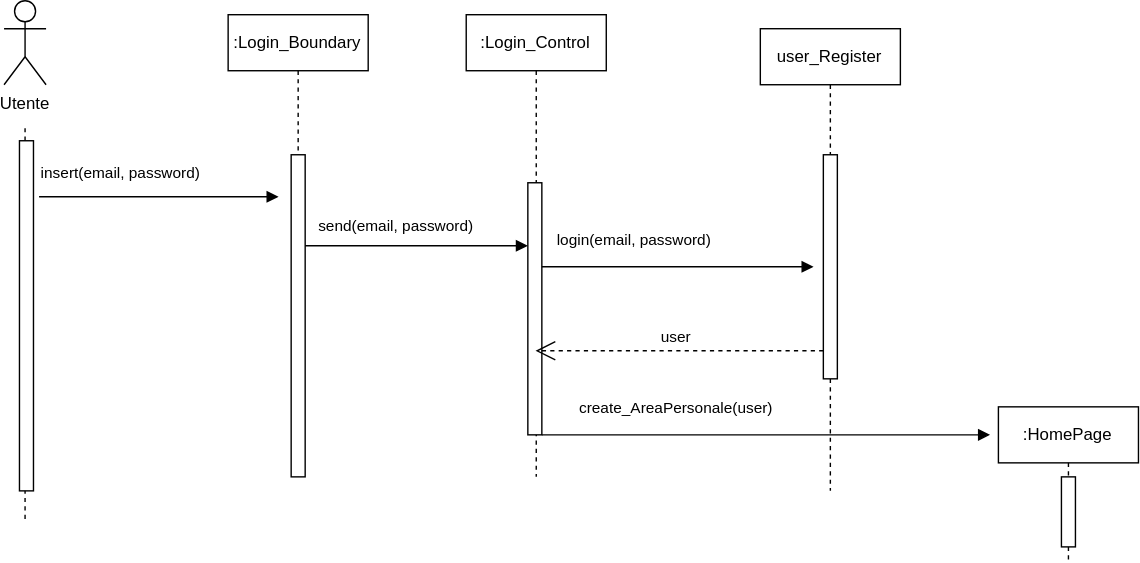
This is document temp/Sequence Diagrams/SD_AutenticazioneUtente.svg from dop654/CinePlex, a draw.io export, as it was before one commit. Source tidied: cells renumbered, new cells last; positions are measured from the earlier drawing's top-left corner, leaving out a move shared by most shapes.
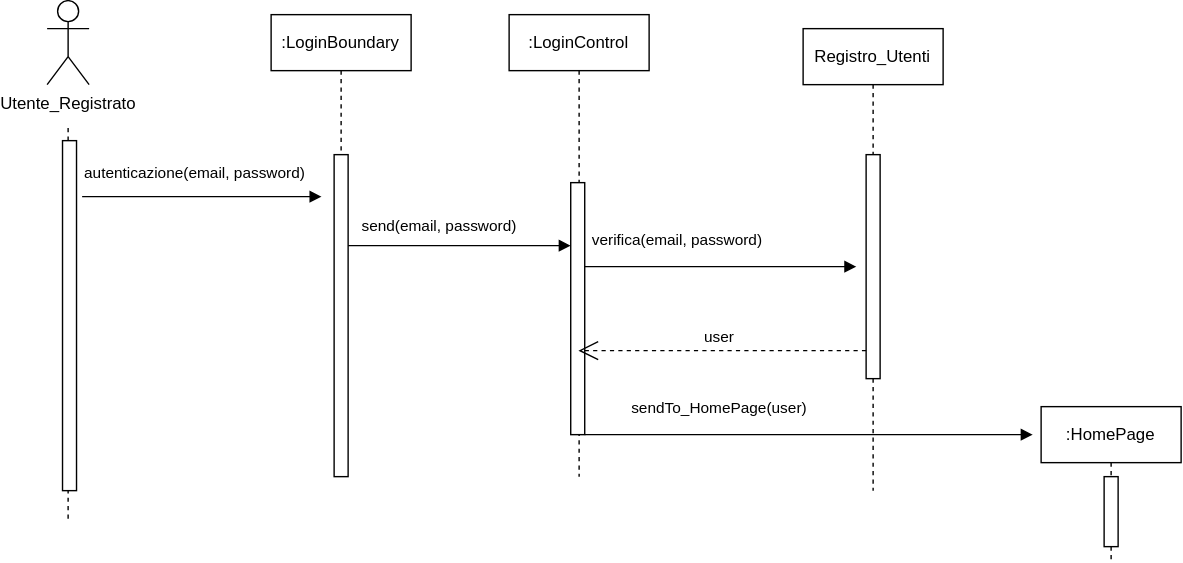
After the commit.

Change to the diagram source:
```diff
@@ -2,31 +2,31 @@
   <root>
     <mxCell id="0" />
     <mxCell id="1" parent="0" />
-    <mxCell id="2" value="Utente" style="shape=umlActor;verticalLabelPosition=bottom;verticalAlign=top;html=1;labelPerimeter=1;" parent="1" vertex="1">
-      <mxGeometry x="0.4" width="30" height="60" as="geometry" />
-    </mxCell>
-    <mxCell id="3" style="line;strokeWidth=1;fillColor=none;align=left;verticalAlign=middle;spacingTop=-1;spacingLeft=3;spacingRight=3;labelPosition=right;strokeColor=inherit;labelPerimeter=1;flipV=1;legacyAnchorPoints=0;direction=south;dashed=1;" parent="1" vertex="1">
-      <mxGeometry x="11.4" y="90" width="8" height="280" as="geometry" />
-    </mxCell>
-    <mxCell id="4" style="html=1;perimeter=orthogonalPerimeter;targetShapes=umlLifeline;newEdgeStyle={&quot;edgeStyle&quot;:&quot;sequenceEdgeStyle&quot;,&quot;libavoidRouting&quot;:0,&quot;curved&quot;:0,&quot;rounded&quot;:0};" parent="1" vertex="1">
-      <mxGeometry x="11.4" y="100" width="10" height="250" as="geometry" />
-    </mxCell>
-    <mxCell id="5" value=":Login_Boundary" style="shape=umlLifeline;perimeter=lifelinePerimeter;whiteSpace=wrap;html=1;newEdgeStyle={&quot;edgeStyle&quot;:&quot;sequenceEdgeStyle&quot;,&quot;libavoidRouting&quot;:0,&quot;curved&quot;:0,&quot;rounded&quot;:0};" parent="1" vertex="1">
-      <mxGeometry x="160.4" y="10" width="100" height="330" as="geometry" />
-    </mxCell>
+    <mxCell id="18" value="Utente_Registrato" style="shape=umlActor;verticalLabelPosition=bottom;verticalAlign=top;html=1;labelPerimeter=1;" parent="1" vertex="1">
+      <mxGeometry x="0.4" width="30" height="60" as="geometry" />
+    </mxCell>
+    <mxCell id="19" style="line;strokeWidth=1;fillColor=none;align=left;verticalAlign=middle;spacingTop=-1;spacingLeft=3;spacingRight=3;labelPosition=right;strokeColor=inherit;labelPerimeter=1;flipV=1;legacyAnchorPoints=0;direction=south;dashed=1;" parent="1" vertex="1">
+      <mxGeometry x="11.4" y="90" width="8" height="280" as="geometry" />
+    </mxCell>
+    <mxCell id="20" style="html=1;perimeter=orthogonalPerimeter;targetShapes=umlLifeline;newEdgeStyle={&quot;edgeStyle&quot;:&quot;sequenceEdgeStyle&quot;,&quot;libavoidRouting&quot;:0,&quot;curved&quot;:0,&quot;rounded&quot;:0};" parent="1" vertex="1">
+      <mxGeometry x="11.4" y="100" width="10" height="250" as="geometry" />
+    </mxCell>
+    <mxCell id="21" value=":LoginBoundary" style="shape=umlLifeline;perimeter=lifelinePerimeter;whiteSpace=wrap;html=1;newEdgeStyle={&quot;edgeStyle&quot;:&quot;sequenceEdgeStyle&quot;,&quot;libavoidRouting&quot;:0,&quot;curved&quot;:0,&quot;rounded&quot;:0};" parent="1" vertex="1">
+      <mxGeometry x="160.4" y="10" width="100" height="330" as="geometry" />
+    </mxCell>
-    <mxCell id="6" style="html=1;perimeter=orthogonalPerimeter;targetShapes=umlLifeline;newEdgeStyle={&quot;edgeStyle&quot;:&quot;sequenceEdgeStyle&quot;,&quot;libavoidRouting&quot;:0,&quot;curved&quot;:0,&quot;rounded&quot;:0};" parent="5" vertex="1">
+    <mxCell id="6" style="html=1;perimeter=orthogonalPerimeter;targetShapes=umlLifeline;newEdgeStyle={&quot;edgeStyle&quot;:&quot;sequenceEdgeStyle&quot;,&quot;libavoidRouting&quot;:0,&quot;curved&quot;:0,&quot;rounded&quot;:0};" parent="21" vertex="1">
       <mxGeometry x="45" y="100" width="10" height="230" as="geometry" />
     </mxCell>
-    <mxCell id="7" value="insert(email, &lt;span style=&quot;background-color: transparent; color: light-dark(#000000, var(--ge-light-color, #ffffff));&quot;&gt;password)&lt;/span&gt;" style="endArrow=block;endFill=1;html=1;edgeStyle=orthogonalEdgeStyle;align=left;verticalAlign=top;rounded=0;defaultLabelBackgroundColor=page;" parent="1" edge="1">
-      <mxGeometry x="-1" y="30" relative="1" as="geometry">
-        <mxPoint x="25.4" y="140" as="sourcePoint" />
-        <mxPoint x="196.4" y="140" as="targetPoint" />
-      </mxGeometry>
-    </mxCell>
-    <mxCell id="8" value=":Login_Control" style="shape=umlLifeline;perimeter=lifelinePerimeter;whiteSpace=wrap;html=1;outlineConnect=0;portConstraint=eastwest;newEdgeStyle={&quot;edgeStyle&quot;:&quot;sequenceEdgeStyle&quot;,&quot;libavoidRouting&quot;:0,&quot;curved&quot;:0,&quot;rounded&quot;:0};" parent="1" vertex="1">
-      <mxGeometry x="330.4" y="10" width="100" height="330" as="geometry" />
-    </mxCell>
+    <mxCell id="22" value="autenticazione(email, &lt;span style=&quot;background-color: transparent; color: light-dark(#000000, var(--ge-light-color, #ffffff));&quot;&gt;password)&lt;/span&gt;" style="endArrow=block;endFill=1;html=1;edgeStyle=orthogonalEdgeStyle;align=left;verticalAlign=top;rounded=0;defaultLabelBackgroundColor=page;" parent="1" edge="1">
+      <mxGeometry x="-1" y="30" relative="1" as="geometry">
+        <mxPoint x="25.4" y="140" as="sourcePoint" />
+        <mxPoint x="196.4" y="140" as="targetPoint" />
+      </mxGeometry>
+    </mxCell>
+    <mxCell id="23" value=":LoginControl" style="shape=umlLifeline;perimeter=lifelinePerimeter;whiteSpace=wrap;html=1;outlineConnect=0;portConstraint=eastwest;newEdgeStyle={&quot;edgeStyle&quot;:&quot;sequenceEdgeStyle&quot;,&quot;libavoidRouting&quot;:0,&quot;curved&quot;:0,&quot;rounded&quot;:0};" parent="1" vertex="1">
+      <mxGeometry x="330.4" y="10" width="100" height="330" as="geometry" />
+    </mxCell>
-    <mxCell id="9" style="html=1;points=[[0,0,0,0,5],[0,1,0,0,-5],[1,0,0,0,5],[1,1,0,0,-5]];perimeter=orthogonalPerimeter;outlineConnect=0;targetShapes=umlLifeline;portConstraint=eastwest;newEdgeStyle={&quot;edgeStyle&quot;:&quot;sequenceEdgeStyle&quot;,&quot;libavoidRouting&quot;:0,&quot;curved&quot;:0,&quot;rounded&quot;:0};" parent="8" vertex="1">
+    <mxCell id="9" style="html=1;points=[[0,0,0,0,5],[0,1,0,0,-5],[1,0,0,0,5],[1,1,0,0,-5]];perimeter=orthogonalPerimeter;outlineConnect=0;targetShapes=umlLifeline;portConstraint=eastwest;newEdgeStyle={&quot;edgeStyle&quot;:&quot;sequenceEdgeStyle&quot;,&quot;libavoidRouting&quot;:0,&quot;curved&quot;:0,&quot;rounded&quot;:0};" parent="23" vertex="1">
       <mxGeometry x="44" y="120" width="10" height="180" as="geometry" />
     </mxCell>
     <mxCell id="10" value="send&lt;span style=&quot;text-align: left;&quot;&gt;(email, &lt;/span&gt;&lt;span style=&quot;text-align: left; background-color: transparent; color: light-dark(#000000, var(--ge-light-color, #ffffff));&quot;&gt;password)&lt;/span&gt;" style="html=1;verticalAlign=bottom;endArrow=block;edgeStyle=sequenceEdgeStyle;libavoidRouting=0;curved=0;rounded=0;entryX=0;entryY=0;entryDx=0;entryDy=45;defaultLabelBackgroundColor=page;" parent="1" edge="1" target="9">
@@ -37,22 +37,22 @@
         </Array>
       </mxGeometry>
     </mxCell>
-    <mxCell id="11" value="user_Register" style="shape=umlLifeline;perimeter=lifelinePerimeter;whiteSpace=wrap;html=1;newEdgeStyle={&quot;edgeStyle&quot;:&quot;sequenceEdgeStyle&quot;,&quot;libavoidRouting&quot;:0,&quot;curved&quot;:0,&quot;rounded&quot;:0};" parent="1" vertex="1">
-      <mxGeometry x="540.4" y="20" width="100" height="330" as="geometry" />
-    </mxCell>
+    <mxCell id="24" value="Registro_Utenti" style="shape=umlLifeline;perimeter=lifelinePerimeter;whiteSpace=wrap;html=1;newEdgeStyle={&quot;edgeStyle&quot;:&quot;sequenceEdgeStyle&quot;,&quot;libavoidRouting&quot;:0,&quot;curved&quot;:0,&quot;rounded&quot;:0};" parent="1" vertex="1">
+      <mxGeometry x="540.4" y="20" width="100" height="330" as="geometry" />
+    </mxCell>
-    <mxCell id="12" style="html=1;perimeter=orthogonalPerimeter;targetShapes=umlLifeline;newEdgeStyle={&quot;edgeStyle&quot;:&quot;sequenceEdgeStyle&quot;,&quot;libavoidRouting&quot;:0,&quot;curved&quot;:0,&quot;rounded&quot;:0};" parent="11" vertex="1">
+    <mxCell id="12" style="html=1;perimeter=orthogonalPerimeter;targetShapes=umlLifeline;newEdgeStyle={&quot;edgeStyle&quot;:&quot;sequenceEdgeStyle&quot;,&quot;libavoidRouting&quot;:0,&quot;curved&quot;:0,&quot;rounded&quot;:0};" parent="24" vertex="1">
       <mxGeometry x="45" y="90" width="10" height="160" as="geometry" />
     </mxCell>
-    <mxCell id="13" value="login&lt;span style=&quot;text-align: left;&quot;&gt;(email, &lt;/span&gt;&lt;span style=&quot;text-align: left; background-color: transparent; color: light-dark(#000000, var(--ge-light-color, #ffffff));&quot;&gt;password)&lt;/span&gt;" style="html=1;verticalAlign=bottom;endArrow=block;edgeStyle=sequenceEdgeStyle;libavoidRouting=0;curved=0;rounded=0;entryX=0;entryY=0;entryDx=0;entryDy=45;defaultLabelBackgroundColor=page;" parent="1" edge="1">
-      <mxGeometry x="-0.32" y="10" relative="1" as="geometry">
-        <mxPoint x="384.4" y="190" as="sourcePoint" />
-        <mxPoint x="578.4" y="190" as="targetPoint" />
-        <Array as="points">
-          <mxPoint x="463.9" y="190" />
-        </Array>
-      </mxGeometry>
-    </mxCell>
+    <mxCell id="25" value="verifica&lt;span style=&quot;text-align: left;&quot;&gt;(email, &lt;/span&gt;&lt;span style=&quot;text-align: left; background-color: transparent; color: light-dark(#000000, var(--ge-light-color, #ffffff));&quot;&gt;password)&lt;/span&gt;" style="html=1;verticalAlign=bottom;endArrow=block;edgeStyle=sequenceEdgeStyle;libavoidRouting=0;curved=0;rounded=0;entryX=0;entryY=0;entryDx=0;entryDy=45;defaultLabelBackgroundColor=page;" parent="1" edge="1">
+      <mxGeometry x="-0.32" y="10" relative="1" as="geometry">
+        <mxPoint x="384.4" y="190" as="sourcePoint" />
+        <mxPoint x="578.4" y="190" as="targetPoint" />
+        <Array as="points">
+          <mxPoint x="463.9" y="190" />
+        </Array>
+      </mxGeometry>
+    </mxCell>
-    <mxCell id="14" value="user" style="endArrow=open;endSize=12;dashed=1;html=1;rounded=0;defaultLabelBackgroundColor=page;" parent="1" edge="1" target="8">
+    <mxCell id="14" value="user" style="endArrow=open;endSize=12;dashed=1;html=1;rounded=0;defaultLabelBackgroundColor=page;" parent="1" edge="1" target="23">
       <mxGeometry x="0.02" y="-10" relative="1" as="geometry">
         <mxPoint x="585.4" y="250" as="sourcePoint" />
       </mxGeometry>
@@ -63,14 +63,14 @@
     <mxCell id="16" style="html=1;perimeter=orthogonalPerimeter;targetShapes=umlLifeline;newEdgeStyle={&quot;edgeStyle&quot;:&quot;sequenceEdgeStyle&quot;,&quot;libavoidRouting&quot;:0,&quot;curved&quot;:0,&quot;rounded&quot;:0};" parent="15" vertex="1">
       <mxGeometry x="45" y="50" width="10" height="50" as="geometry" />
     </mxCell>
-    <mxCell id="17" value="create_AreaPersonale(user)" style="html=1;verticalAlign=bottom;endArrow=block;edgeStyle=sequenceEdgeStyle;libavoidRouting=0;curved=0;rounded=0;defaultLabelBackgroundColor=page;" parent="1" edge="1">
-      <mxGeometry x="-0.4" y="10" relative="1" as="geometry">
-        <mxPoint x="384.4" y="310" as="sourcePoint" />
-        <mxPoint x="704.4" y="310" as="targetPoint" />
-        <Array as="points">
-          <mxPoint x="476.9" y="310" />
-        </Array>
-      </mxGeometry>
-    </mxCell>
+    <mxCell id="26" value="sendTo_HomePage(user)" style="html=1;verticalAlign=bottom;endArrow=block;edgeStyle=sequenceEdgeStyle;libavoidRouting=0;curved=0;rounded=0;defaultLabelBackgroundColor=page;" parent="1" edge="1">
+      <mxGeometry x="-0.4" y="10" relative="1" as="geometry">
+        <mxPoint x="384.4" y="310" as="sourcePoint" />
+        <mxPoint x="704.4" y="310" as="targetPoint" />
+        <Array as="points">
+          <mxPoint x="476.9" y="310" />
+        </Array>
+      </mxGeometry>
+    </mxCell>
   </root>
 </mxGraphModel>
```
